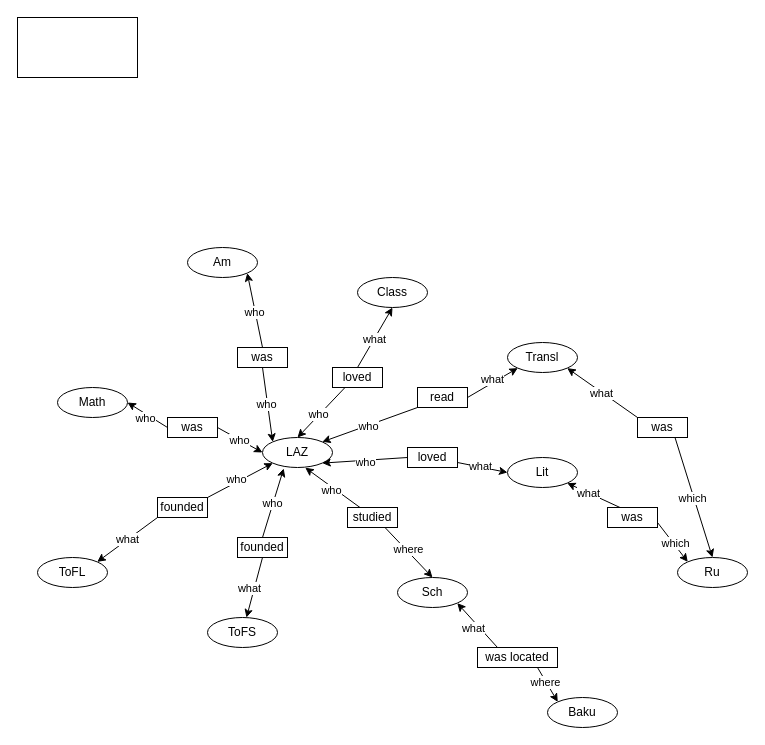
Earlier version of the draw.io diagram lab1.drawio (Emilya-02/WEATHER_1). Source tidied: cells renumbered, new cells numbered last; positions are measured from the earlier drawing's top-left corner, leaving out a move shared by most shapes. Both pictures are drawn from the tidied source at 100%, with x=0, y=0 at pixel (17, 17).
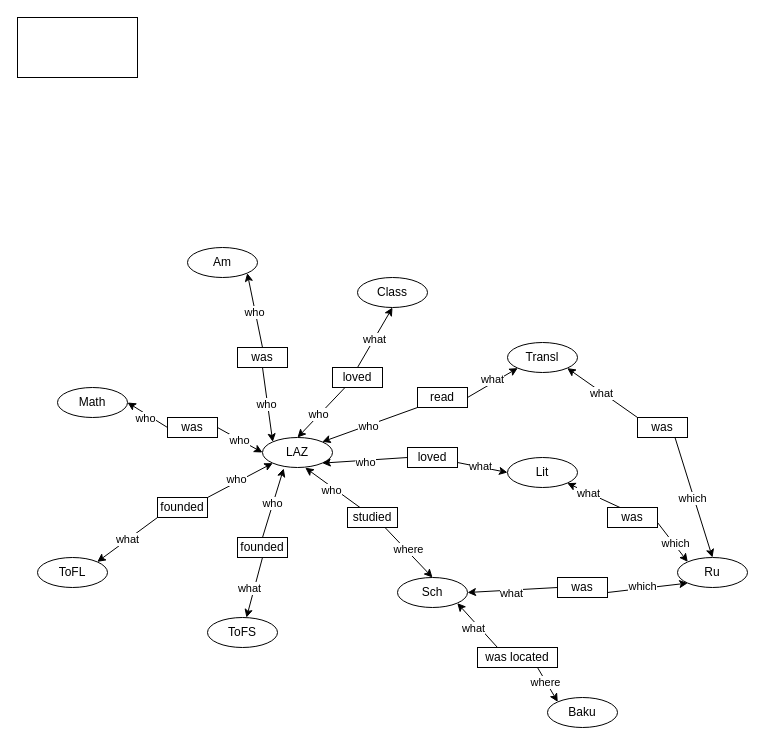
Above is the later version.

The change refers to these unchanged cells:
```xml
<mxCell id="7" value="Sch" style="ellipse;whiteSpace=wrap;html=1;" parent="1" vertex="1">
  <mxGeometry x="380" y="560" width="70" height="30" as="geometry" />
</mxCell>
<mxCell id="8" value="Ru" style="ellipse;whiteSpace=wrap;html=1;" parent="1" vertex="1">
  <mxGeometry x="660" y="540" width="70" height="30" as="geometry" />
</mxCell>
```

Diff of the diagram source:
```diff
@@
+    <mxCell id="68" style="rounded=0;jettySize=auto;html=1;exitX=0;exitY=0.5;exitDx=0;exitDy=0;entryX=1;entryY=0.5;entryDx=0;entryDy=0;" parent="1" edge="1" source="72" target="7">
+      <mxGeometry relative="1" as="geometry" />
+    </mxCell>
+    <mxCell id="69" value="what" style="edgeLabel;html=1;align=center;verticalAlign=middle;" parent="68" vertex="1">
+      <mxGeometry x="0.05" y="3" relative="1" as="geometry" />
+    </mxCell>
+    <mxCell id="70" style="rounded=0;jettySize=auto;html=1;exitX=1;exitY=0.75;exitDx=0;exitDy=0;entryX=0;entryY=1;entryDx=0;entryDy=0;" parent="1" edge="1" source="72" target="8">
+      <mxGeometry relative="1" as="geometry" />
+    </mxCell>
+    <mxCell id="71" value="which" style="edgeLabel;html=1;align=center;verticalAlign=middle;" parent="70" vertex="1">
+      <mxGeometry x="-0.1" y="2" relative="1" as="geometry">
+        <mxPoint x="-1" as="offset" />
+      </mxGeometry>
+    </mxCell>
+    <mxCell id="72" value="was" style="rounded=0;whiteSpace=wrap;html=1;" parent="1" vertex="1">
+      <mxGeometry x="540" y="560" width="50" height="20" as="geometry" />
+    </mxCell>
```
